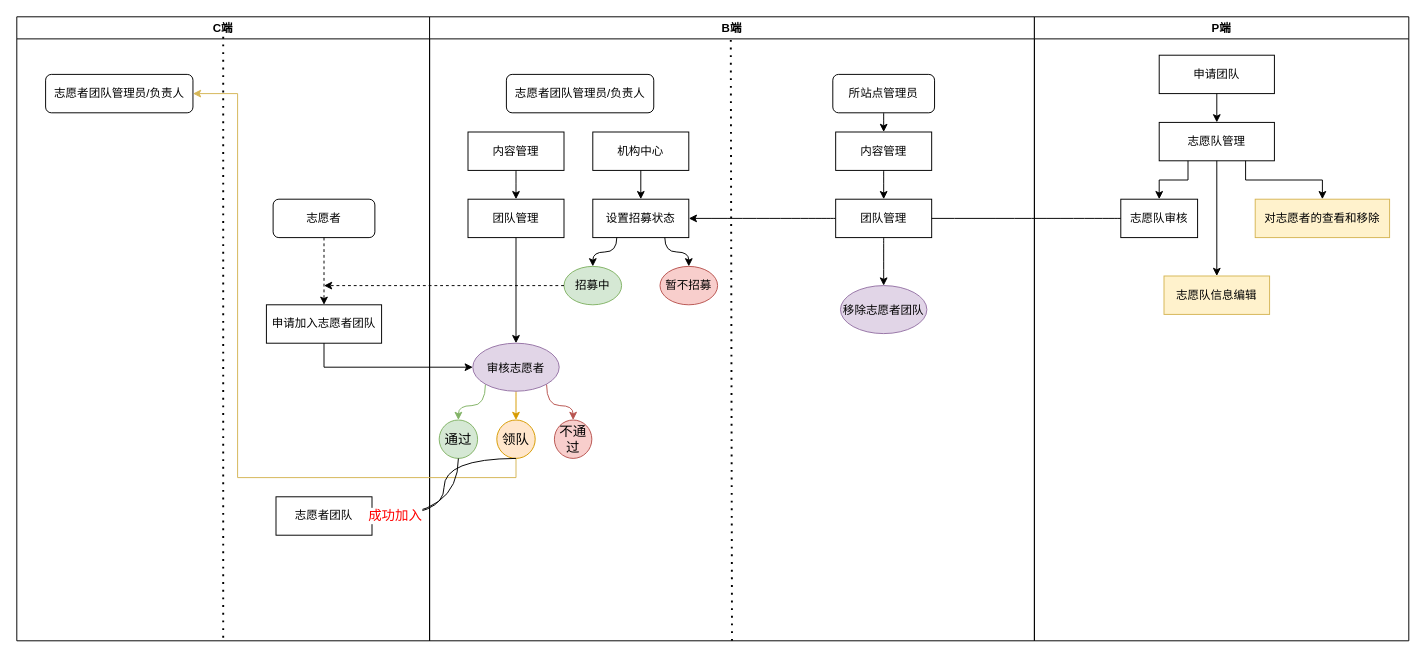
Before: 志愿者团队.drawio in KZ137onethe/hello-world, a draw.io diagram. Source tidied: cells renumbered, new cells numbered last; positions are measured from the earlier drawing's top-left corner, leaving out a move shared by most shapes. Both pictures are drawn from the tidied source at 96%, with x=0, y=0 at pixel (16, 16).
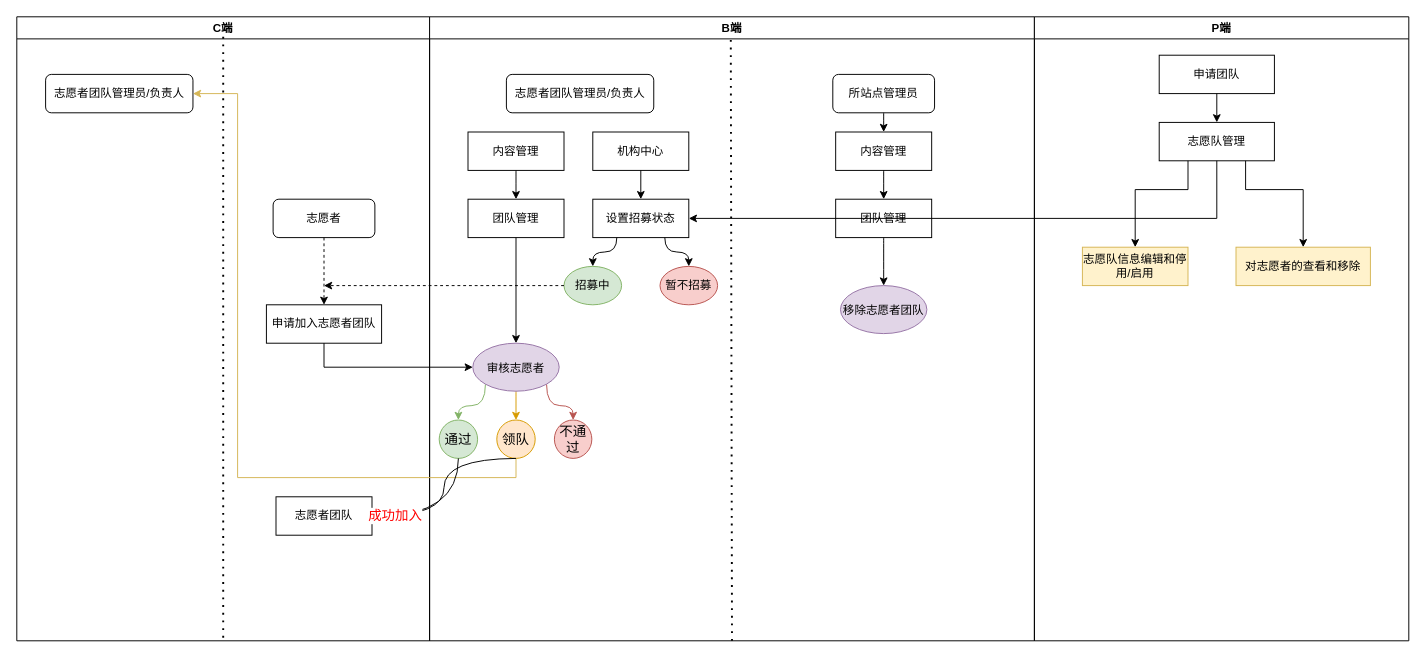
Above is the later version.

Commit message:
更新志愿者团队.drawio

Unchanged cells that the change refers to:
```xml
<mxCell id="10" value="设置招募状态" style="rounded=0;whiteSpace=wrap;html=1;" parent="8" vertex="1">
  <mxGeometry x="170" y="190" width="100" height="40" as="geometry" />
</mxCell>
<mxCell id="32" value="P端" style="swimlane;" parent="1" vertex="1">
  <mxGeometry x="1060" width="390" height="650" as="geometry" />
</mxCell>
<mxCell id="34" value="志愿队管理" style="rounded=0;whiteSpace=wrap;html=1;" parent="32" vertex="1">
  <mxGeometry x="130" y="110" width="120" height="40" as="geometry" />
</mxCell>
<mxCell id="47" value="团队管理" style="rounded=0;whiteSpace=wrap;html=1;" parent="1" vertex="1">
  <mxGeometry x="853" y="190" width="100" height="40" as="geometry" />
</mxCell>
```

The edit, as a diff of the source:
```diff
@@
-    <mxCell id="36" value="志愿队审核" style="rounded=0;whiteSpace=wrap;html=1;" parent="32" vertex="1">
-      <mxGeometry x="90" y="190" width="80" height="40" as="geometry" />
-    </mxCell>
-    <mxCell id="37" value="志愿队信息编辑" style="rounded=0;whiteSpace=wrap;html=1;fillColor=#fff2cc;strokeColor=#d6b656;" parent="32" vertex="1">
-      <mxGeometry x="135" y="270" width="110" height="40" as="geometry" />
+    <mxCell id="37" value="志愿队信息编辑和停用/启用" style="rounded=0;whiteSpace=wrap;html=1;fillColor=#fff2cc;strokeColor=#d6b656;" parent="32" vertex="1">
+      <mxGeometry x="50" y="240" width="110" height="40" as="geometry" />
     </mxCell>
-    <mxCell id="38" style="endArrow=classic;html=1;rounded=0;exitX=0.25;exitY=1;exitDx=0;exitDy=0;entryX=0.5;entryY=0;entryDx=0;entryDy=0;edgeStyle=orthogonalEdgeStyle;" parent="32" edge="1" source="34" target="36">
-      <mxGeometry relative="1" as="geometry" />
+    <mxCell id="38" style="endArrow=classic;html=1;rounded=0;exitX=0.25;exitY=1;exitDx=0;exitDy=0;entryX=0.5;entryY=0;entryDx=0;entryDy=0;edgeStyle=orthogonalEdgeStyle;" parent="32" edge="1" source="34" target="37">
+      <mxGeometry relative="1" as="geometry">
+        <Array as="points">
+          <mxPoint x="160" y="180" />
+          <mxPoint x="105" y="180" />
+        </Array>
+      </mxGeometry>
     </mxCell>
-    <mxCell id="39" style="endArrow=classic;html=1;rounded=0;exitX=0.5;exitY=1;exitDx=0;exitDy=0;entryX=0.5;entryY=0;entryDx=0;entryDy=0;edgeStyle=orthogonalEdgeStyle;" parent="32" edge="1" source="34" target="37">
-      <mxGeometry relative="1" as="geometry" />
-    </mxCell>
     <mxCell id="40" value="对志愿者的查看和移除" style="rounded=0;whiteSpace=wrap;html=1;fillColor=#fff2cc;strokeColor=#d6b656;" parent="32" vertex="1">
-      <mxGeometry x="230" y="190" width="140" height="40" as="geometry" />
+      <mxGeometry x="210" y="240" width="140" height="40" as="geometry" />
     </mxCell>
-    <mxCell id="41" style="endArrow=classic;html=1;rounded=0;exitX=0.75;exitY=1;exitDx=0;exitDy=0;entryX=0.5;entryY=0;entryDx=0;entryDy=0;edgeStyle=orthogonalEdgeStyle;" parent="32" edge="1" source="34" target="40">
-      <mxGeometry relative="1" as="geometry" />
+    <mxCell id="41" style="endArrow=classic;html=1;rounded=0;exitX=0.75;exitY=1;exitDx=0;exitDy=0;entryX=0.5;entryY=0;entryDx=0;entryDy=0;" parent="32" edge="1" source="34" target="40">
+      <mxGeometry relative="1" as="geometry">
+        <Array as="points">
+          <mxPoint x="220" y="180" />
+          <mxPoint x="280" y="180" />
+        </Array>
+      </mxGeometry>
     </mxCell>
@@
-    <mxCell id="43" style="endArrow=classic;html=1;rounded=0;fontSize=14;fontColor=#FF0000;curved=1;exitX=0;exitY=0.5;exitDx=0;exitDy=0;entryX=1;entryY=0.5;entryDx=0;entryDy=0;startArrow=none;" parent="1" edge="1" source="47" target="10">
-      <mxGeometry relative="1" as="geometry" />
-    </mxCell>
@@
-    <mxCell id="48" style="endArrow=none;html=1;rounded=0;fontSize=14;fontColor=#FF0000;curved=1;exitX=0;exitY=0.5;exitDx=0;exitDy=0;entryX=1;entryY=0.5;entryDx=0;entryDy=0;" parent="1" edge="1" source="36" target="47">
-      <mxGeometry relative="1" as="geometry" />
-    </mxCell>
@@
+    <mxCell id="55" style="endArrow=classic;html=1;rounded=0;exitX=0.5;exitY=1;exitDx=0;exitDy=0;entryX=1;entryY=0.5;entryDx=0;entryDy=0;" parent="1" edge="1" source="34" target="10">
+      <mxGeometry relative="1" as="geometry">
+        <Array as="points">
+          <mxPoint x="1250" y="210" />
+        </Array>
+      </mxGeometry>
+    </mxCell>
```
